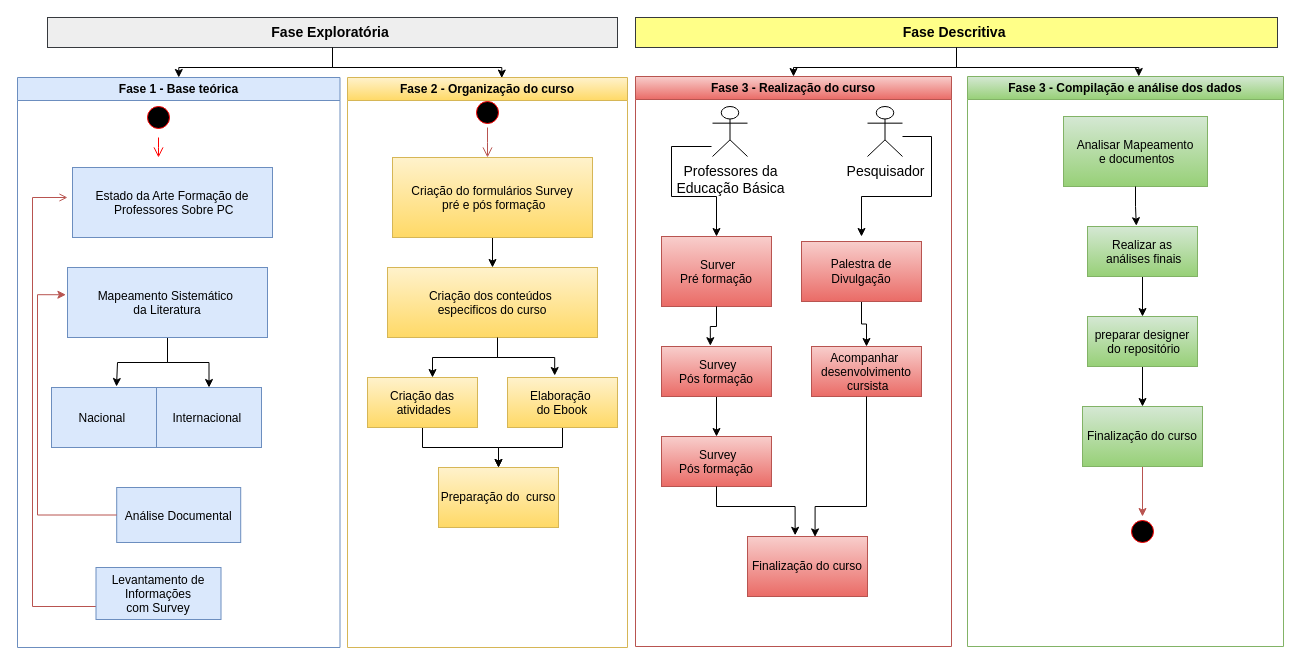
This is Diagrama formação continuada.drawio from RosianeSangali/RosianeSangali, a draw.io file, before an edit. Source tidied: cells renumbered, new cells numbered last; positions are measured from the earlier drawing's top-left corner, leaving out a move shared by most shapes. Both pictures are drawn from the tidied source at 100%, with x=0, y=0 at pixel (17, 17).
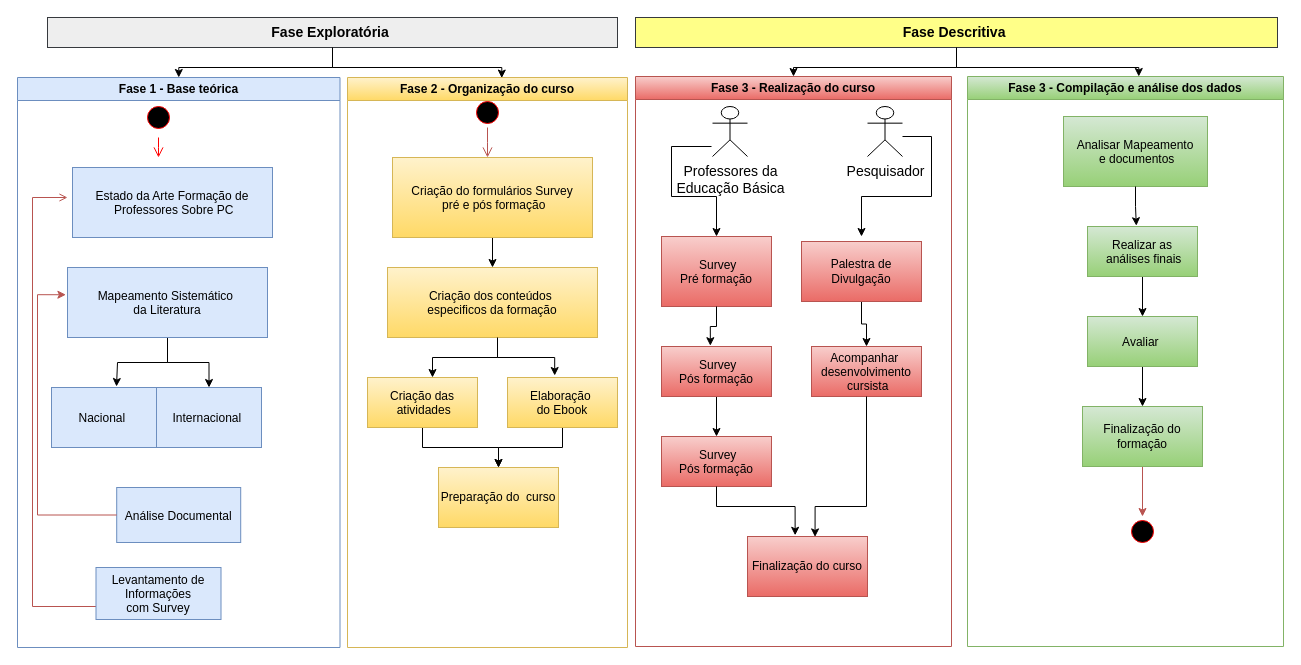
The same diagram, later.

Unchanged cells that the change refers to:
```xml
<mxCell id="15" value="Fase 2 - Organização do curso" style="swimlane;whiteSpace=wrap;fillColor=#fff2cc;strokeColor=#d6b656;gradientColor=#ffd966;" parent="1" vertex="1">
  <mxGeometry x="330" y="60" width="280" height="570" as="geometry" />
</mxCell>
<mxCell id="28" value="Fase 3 - Realização do curso" style="swimlane;whiteSpace=wrap;fillColor=#f8cecc;gradientColor=#ea6b66;strokeColor=#b85450;" parent="1" vertex="1">
  <mxGeometry x="618" y="59" width="316" height="570" as="geometry" />
</mxCell>
<mxCell id="44" value="Fase 3 - Compilação e análise dos dados" style="swimlane;whiteSpace=wrap;fillColor=#d5e8d4;gradientColor=#97d077;strokeColor=#82b366;" parent="1" vertex="1">
  <mxGeometry x="950" y="59" width="316" height="570" as="geometry" />
</mxCell>
```

Diff of the diagram source:
```diff
@@
-    <mxCell id="21" value="Criação dos conteúdos &#10;especificos do curso" style="fillColor=#fff2cc;gradientColor=#ffd966;strokeColor=#d6b656;" parent="15" vertex="1">
+    <mxCell id="21" value="Criação dos conteúdos &#10;especificos da formação" style="fillColor=#fff2cc;gradientColor=#ffd966;strokeColor=#d6b656;" parent="15" vertex="1">
       <mxGeometry x="40" y="190" width="210" height="70" as="geometry" />
     </mxCell>
@@
-    <mxCell id="29" value=" Surver&#10;Pré formação" style="fillColor=#f8cecc;gradientColor=#ea6b66;strokeColor=#b85450;" parent="28" vertex="1">
+    <mxCell id="29" value=" Survey&#10;Pré formação" style="fillColor=#f8cecc;gradientColor=#ea6b66;strokeColor=#b85450;" parent="28" vertex="1">
       <mxGeometry x="26" y="160" width="110" height="70" as="geometry" />
     </mxCell>
@@
-    <mxCell id="47" value="preparar designer&#10; do repositório" style="fillColor=#d5e8d4;gradientColor=#97d077;strokeColor=#82b366;" parent="44" vertex="1">
+    <mxCell id="47" value="Avaliar " style="fillColor=#d5e8d4;gradientColor=#97d077;strokeColor=#82b366;" parent="44" vertex="1">
       <mxGeometry x="120" y="240" width="110" height="50" as="geometry" />
     </mxCell>
@@
-    <mxCell id="49" value="Finalização do curso" style="rounded=0;whiteSpace=wrap;html=1;fillColor=#d5e8d4;gradientColor=#97d077;strokeColor=#82b366;" parent="44" vertex="1">
+    <mxCell id="49" value="Finalização do formação" style="rounded=0;whiteSpace=wrap;html=1;fillColor=#d5e8d4;gradientColor=#97d077;strokeColor=#82b366;" parent="44" vertex="1">
       <mxGeometry x="115" y="330" width="120" height="60" as="geometry" />
     </mxCell>
```
